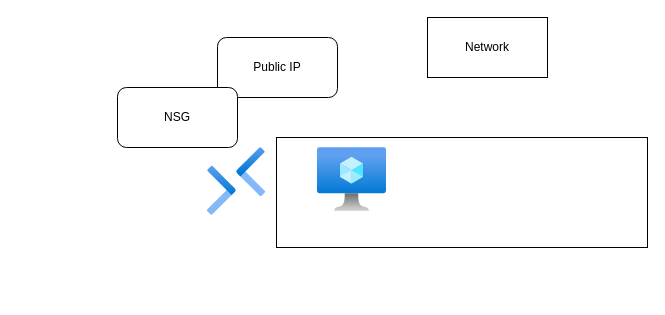
Dmytro-Olshanskyi/Azure-DevOpsCourse keeps this draw.io diagram as AzureCompute/task1.drawio. Above is the earlier version. Source tidied: cells renumbered, new cells numbered last; positions are measured from the earlier drawing's top-left corner, leaving out a move shared by most shapes. Both pictures are drawn from the tidied source at 100%, with x=0, y=0 at pixel (117, 17).
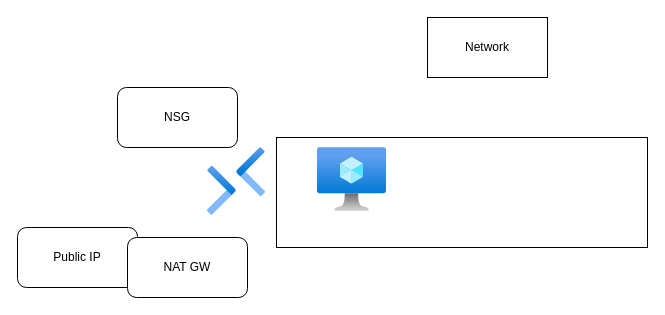
After the change.

Diff of the diagram source:
```diff
@@
 <mxGraphModel>
   <root>
     <mxCell id="0" />
     <mxCell id="1" parent="0" />
     <mxCell id="2" style="image;html=1;align=center;fontSize=12;image=img/lib/azure2/networking/Bastions.svg;" parent="1" vertex="1">
       <mxGeometry x="90" y="130" width="58" height="68" as="geometry" />
     </mxCell>
     <mxCell id="3" style="rounded=0;whiteSpace=wrap;html=1;" parent="1" vertex="1">
       <mxGeometry x="159" y="120" width="371" height="110" as="geometry" />
     </mxCell>
     <mxCell id="4" style="image;html=1;align=center;fontSize=12;image=img/lib/azure2/compute/Virtual_Machine.svg;" parent="1" vertex="1">
       <mxGeometry x="200" y="130" width="69" height="64" as="geometry" />
     </mxCell>
     <mxCell id="5" value="Network" style="rounded=0;whiteSpace=wrap;html=1;" parent="1" vertex="1">
       <mxGeometry x="310" width="120" height="60" as="geometry" />
     </mxCell>
     <mxCell id="6" value="Public IP" style="rounded=1;whiteSpace=wrap;html=1;" parent="1" vertex="1">
-      <mxGeometry x="100" y="20" width="120" height="60" as="geometry" />
+      <mxGeometry x="-100" y="210" width="120" height="60" as="geometry" />
     </mxCell>
     <mxCell id="7" value="NSG" style="rounded=1;whiteSpace=wrap;html=1;" parent="1" vertex="1">
       <mxGeometry y="70" width="120" height="60" as="geometry" />
     </mxCell>
+    <mxCell id="8" value="NAT GW" style="rounded=1;whiteSpace=wrap;html=1;" parent="1" vertex="1">
+      <mxGeometry x="10" y="220" width="120" height="60" as="geometry" />
+    </mxCell>
   </root>
 </mxGraphModel>
```
